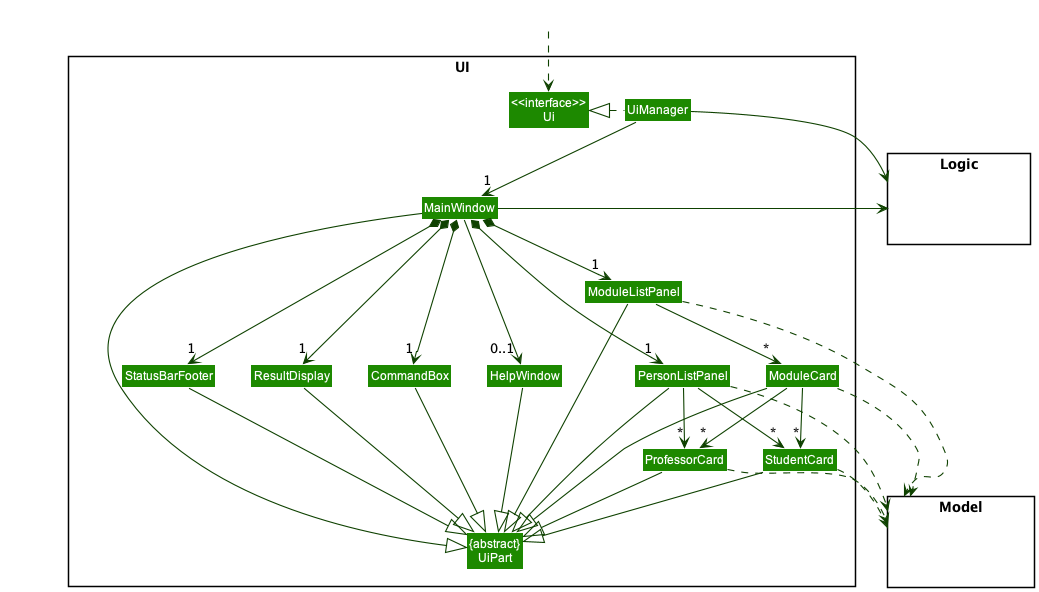
nus-cs2103-AY2122S2/tp keeps this PlantUML diagram as docs/images/UiClassDiagram.png. Above is the earlier version.
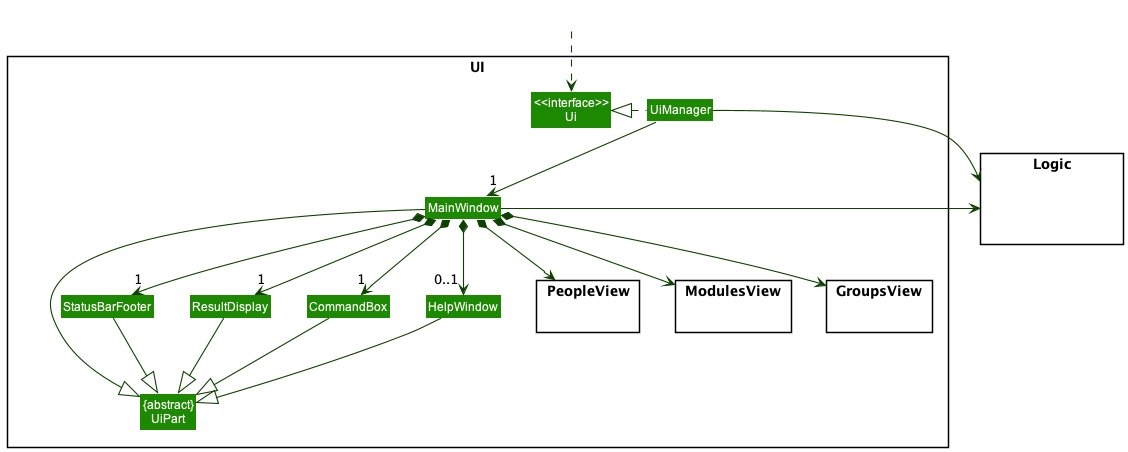
The same file after the commit.

Diff of the diagram source:
```diff
@@ -11,17 +11,11 @@
 Class MainWindow
 Class HelpWindow
 Class ResultDisplay
-Class PersonListPanel
-Class ModuleListPanel
-Class ModuleCard
-Class StudentCard
-Class ProfessorCard
 Class StatusBarFooter
 Class CommandBox
-}
-
-package Model <<Rectangle>> {
-Class HiddenModel #FFFFFF
+package PeopleView {}
+package ModulesView {}
+package GroupsView {}
 }
 
 package Logic <<Rectangle>> {
@@ -35,40 +29,26 @@
 UiManager -down-> "1" MainWindow
 MainWindow *-down->  "1" CommandBox
 MainWindow *-down-> "1" ResultDisplay
-MainWindow *-down-> "1" PersonListPanel
-MainWindow *-down-> "1" ModuleListPanel
 
 MainWindow *-down-> "1" StatusBarFooter
-MainWindow --> "0..1" HelpWindow
+MainWindow *-down-> "0..1" HelpWindow
 
-PersonListPanel -down-> "*" StudentCard
-PersonListPanel -down-> "*" ProfessorCard
-ModuleListPanel -down-> "*" ModuleCard
-ModuleCard -down-> "*" StudentCard
-ModuleCard -down-> "*" ProfessorCard
+
 
 MainWindow -left-|> UiPart
 
 ResultDisplay --|> UiPart
 CommandBox --|> UiPart
-PersonListPanel --|> UiPart
 StatusBarFooter --|> UiPart
 HelpWindow --|> UiPart
-ModuleListPanel --|> UiPart
-ModuleCard --|> UiPart
-ProfessorCard -r-|> UiPart
-StudentCard -d-|> UiPart
 
-ModuleListPanel ..> Model
-PersonListPanel ..> Model
-StudentCard ..> Model
-ProfessorCard ..> Model
-ModuleCard ..>Model
+MainWindow *-down-> PeopleView
+MainWindow *-down-> ModulesView
+MainWindow *-down-> GroupsView
 
 UiManager -right-> Logic
 MainWindow -left-> Logic
 
-PersonListPanel -[hidden]left- HelpWindow
 HelpWindow -[hidden]left- CommandBox
 CommandBox -[hidden]left- ResultDisplay
 ResultDisplay -[hidden]left- StatusBarFooter
```
